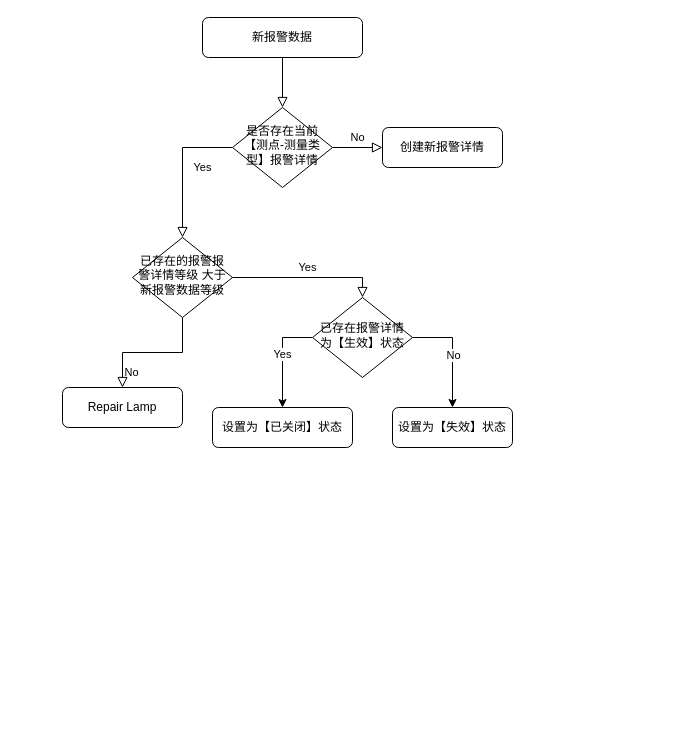
This is 态势系统报警流程.drawio from bird1225/draw, a draw.io file, before an edit. Source tidied: cells renumbered, new cells numbered last; positions are measured from the earlier drawing's top-left corner, leaving out a move shared by most shapes. Both pictures are drawn from the tidied source at 100%, with x=0, y=0 at pixel (62, 17).
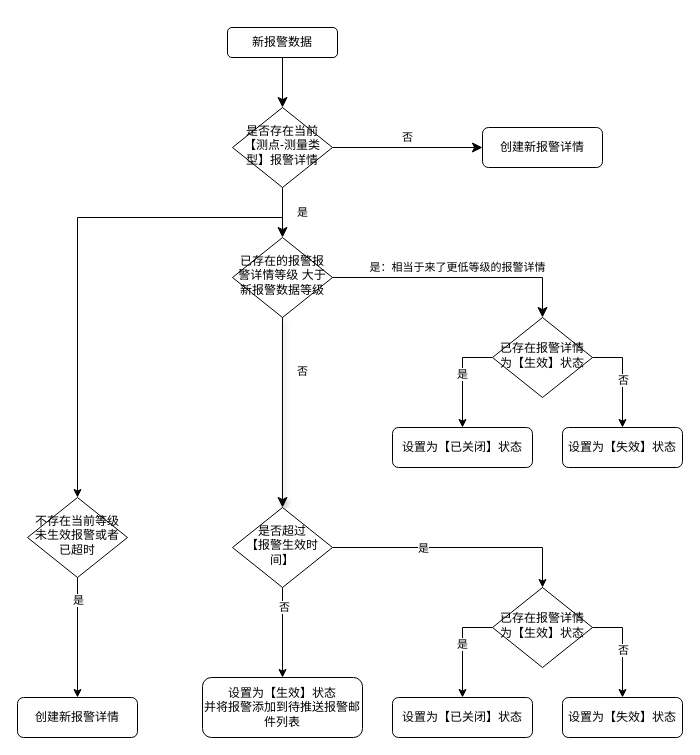
Above is the later version.

Commit message (it also covers changes not shown here):
更新态势系统报警流程.drawio

The change refers to these unchanged cells:
```xml
<mxCell id="6" value="是否存在当前【测点-测量类型】报警详情" style="rhombus;whiteSpace=wrap;html=1;shadow=0;fontFamily=Helvetica;fontSize=12;align=center;strokeWidth=1;spacing=6;spacingTop=-4;" parent="1" vertex="1">
  <mxGeometry x="170" y="90" width="100" height="80" as="geometry" />
</mxCell>
<mxCell id="13" style="edgeStyle=orthogonalEdgeStyle;rounded=0;jettySize=auto;html=1;entryX=0.5;entryY=0;entryDx=0;entryDy=0;exitX=0;exitY=0.5;exitDx=0;exitDy=0;" parent="1" edge="1" source="17" target="12">
  <mxGeometry relative="1" as="geometry" />
</mxCell>
<mxCell id="15" style="edgeStyle=orthogonalEdgeStyle;rounded=0;jettySize=auto;html=1;entryX=0.5;entryY=0;entryDx=0;entryDy=0;exitX=1;exitY=0.5;exitDx=0;exitDy=0;" parent="1" edge="1" source="17" target="18">
  <mxGeometry relative="1" as="geometry" />
</mxCell>
```

Diff of the diagram source:
```diff
@@
-    <mxCell id="2" style="rounded=0;html=1;jettySize=auto;fontSize=11;endArrow=block;endFill=0;endSize=8;strokeWidth=1;shadow=0;labelBackgroundColor=none;edgeStyle=orthogonalEdgeStyle;" parent="1" edge="1" source="3" target="6">
+    <mxCell id="2" style="rounded=0;html=1;jettySize=auto;fontSize=11;endArrow=classic;endFill=1;endSize=8;strokeWidth=1;shadow=0;labelBackgroundColor=none;edgeStyle=orthogonalEdgeStyle;" parent="1" edge="1" source="3" target="6">
       <mxGeometry relative="1" as="geometry" />
     </mxCell>
     <mxCell id="3" value="新报警数据" style="rounded=1;whiteSpace=wrap;html=1;fontSize=12;glass=0;strokeWidth=1;shadow=0;" parent="1" vertex="1">
-      <mxGeometry x="140" width="160" height="40" as="geometry" />
+      <mxGeometry x="165" y="10" width="110" height="30" as="geometry" />
     </mxCell>
-    <mxCell id="4" value="Yes" style="rounded=0;html=1;jettySize=auto;fontSize=11;endArrow=block;endFill=0;endSize=8;strokeWidth=1;shadow=0;labelBackgroundColor=none;edgeStyle=orthogonalEdgeStyle;exitX=0;exitY=0.5;exitDx=0;exitDy=0;" parent="1" edge="1" source="6" target="10">
+    <mxCell id="4" value="是" style="rounded=0;html=1;jettySize=auto;fontSize=11;endArrow=classic;endFill=1;endSize=8;strokeWidth=1;shadow=0;labelBackgroundColor=none;edgeStyle=orthogonalEdgeStyle;exitX=0.5;exitY=1;exitDx=0;exitDy=0;" parent="1" edge="1" source="6" target="10">
       <mxGeometry y="20" relative="1" as="geometry" />
     </mxCell>
-    <mxCell id="5" value="No" style="edgeStyle=orthogonalEdgeStyle;rounded=0;html=1;jettySize=auto;fontSize=11;endArrow=block;endFill=0;endSize=8;strokeWidth=1;shadow=0;labelBackgroundColor=none;" parent="1" edge="1" source="6" target="7">
+    <mxCell id="5" value="否" style="edgeStyle=orthogonalEdgeStyle;rounded=0;html=1;jettySize=auto;fontSize=11;endArrow=classic;endFill=1;endSize=8;strokeWidth=1;shadow=0;labelBackgroundColor=none;" parent="1" edge="1" source="6" target="7">
       <mxGeometry y="10" relative="1" as="geometry" />
     </mxCell>
+    <mxCell id="19" style="edgeStyle=orthogonalEdgeStyle;rounded=0;jettySize=auto;html=1;entryX=0.5;entryY=0;entryDx=0;entryDy=0;endArrow=classic;endFill=1;" parent="1" edge="1" source="6" target="35">
+      <mxGeometry relative="1" as="geometry">
+        <Array as="points">
+          <mxPoint x="220" y="200" />
+          <mxPoint x="15" y="200" />
+        </Array>
+      </mxGeometry>
+    </mxCell>
@@
     <mxCell id="7" value="创建新报警详情" style="rounded=1;whiteSpace=wrap;html=1;fontSize=12;glass=0;strokeWidth=1;shadow=0;" parent="1" vertex="1">
-      <mxGeometry x="320" y="110" width="120" height="40" as="geometry" />
+      <mxGeometry x="420" y="110" width="120" height="40" as="geometry" />
     </mxCell>
-    <mxCell id="8" value="No" style="rounded=0;html=1;jettySize=auto;fontSize=11;endArrow=block;endFill=0;endSize=8;strokeWidth=1;shadow=0;labelBackgroundColor=none;edgeStyle=orthogonalEdgeStyle;" parent="1" edge="1" source="10" target="11">
-      <mxGeometry x="0.33" y="20" relative="1" as="geometry" />
+    <mxCell id="8" value="否" style="rounded=0;html=1;jettySize=auto;fontSize=11;endArrow=classic;endFill=1;endSize=8;strokeWidth=1;shadow=1;labelBackgroundColor=none;edgeStyle=orthogonalEdgeStyle;entryX=0.5;entryY=0;entryDx=0;entryDy=0;" parent="1" edge="1" source="10" target="24">
+      <mxGeometry x="-0.43" y="20" relative="1" as="geometry" />
     </mxCell>
-    <mxCell id="9" value="Yes" style="edgeStyle=orthogonalEdgeStyle;rounded=0;html=1;jettySize=auto;fontSize=11;endArrow=block;endFill=0;endSize=8;strokeWidth=1;shadow=0;labelBackgroundColor=none;entryX=0.5;entryY=0;entryDx=0;entryDy=0;" parent="1" edge="1" source="10" target="17">
+    <mxCell id="9" value="是：相当于来了更低等级的报警详情" style="edgeStyle=orthogonalEdgeStyle;rounded=0;html=1;jettySize=auto;fontSize=11;endArrow=classic;endFill=1;endSize=8;strokeWidth=1;shadow=0;labelBackgroundColor=none;entryX=0.5;entryY=0;entryDx=0;entryDy=0;" parent="1" edge="1" source="10" target="17">
       <mxGeometry y="10" relative="1" as="geometry" />
     </mxCell>
     <mxCell id="10" value="已存在的报警报警详情等级 大于 新报警数据等级" style="rhombus;whiteSpace=wrap;html=1;shadow=0;fontFamily=Helvetica;fontSize=12;align=center;strokeWidth=1;spacing=6;spacingTop=-4;" parent="1" vertex="1">
-      <mxGeometry x="70" y="220" width="100" height="80" as="geometry" />
+      <mxGeometry x="170" y="220" width="100" height="80" as="geometry" />
     </mxCell>
-    <mxCell id="11" value="Repair Lamp" style="rounded=1;whiteSpace=wrap;html=1;fontSize=12;glass=0;strokeWidth=1;shadow=0;" parent="1" vertex="1">
-      <mxGeometry y="370" width="120" height="40" as="geometry" />
-    </mxCell>
     <mxCell id="12" value="设置为【已关闭】状态" style="rounded=1;whiteSpace=wrap;html=1;fontSize=12;glass=0;strokeWidth=1;shadow=0;" parent="1" vertex="1">
-      <mxGeometry x="150" y="390" width="140" height="40" as="geometry" />
+      <mxGeometry x="330" y="410" width="140" height="40" as="geometry" />
     </mxCell>
@@
-    <mxCell id="14" value="Yes" style="edgeLabel;html=1;align=center;verticalAlign=middle;" parent="13" vertex="1">
+    <mxCell id="14" value="是" style="edgeLabel;html=1;align=center;verticalAlign=middle;" parent="13" vertex="1">
       <mxGeometry x="-0.08" y="-1" relative="1" as="geometry" />
     </mxCell>
@@
-    <mxCell id="16" value="No" style="edgeLabel;html=1;align=center;verticalAlign=middle;" parent="15" vertex="1">
+    <mxCell id="16" value="否" style="edgeLabel;html=1;align=center;verticalAlign=middle;" parent="15" vertex="1">
       <mxGeometry x="0.04" relative="1" as="geometry" />
     </mxCell>
     <mxCell id="17" value="已存在报警详情为【生效】状态" style="rhombus;whiteSpace=wrap;html=1;shadow=0;fontFamily=Helvetica;fontSize=12;align=center;strokeWidth=1;spacing=6;spacingTop=-4;" parent="1" vertex="1">
-      <mxGeometry x="250" y="280" width="100" height="80" as="geometry" />
+      <mxGeometry x="430" y="300" width="100" height="80" as="geometry" />
     </mxCell>
     <mxCell id="18" value="设置为【失效】状态" style="rounded=1;whiteSpace=wrap;html=1;fontSize=12;glass=0;strokeWidth=1;shadow=0;" parent="1" vertex="1">
-      <mxGeometry x="330" y="390" width="120" height="40" as="geometry" />
+      <mxGeometry x="500" y="410" width="120" height="40" as="geometry" />
     </mxCell>
+    <mxCell id="20" style="edgeStyle=orthogonalEdgeStyle;rounded=0;jettySize=auto;html=1;entryX=0.5;entryY=0;entryDx=0;entryDy=0;" parent="1" edge="1" source="24" target="31">
+      <mxGeometry relative="1" as="geometry" />
+    </mxCell>
+    <mxCell id="21" value="是" style="edgeLabel;html=1;align=center;verticalAlign=middle;" parent="20" vertex="1">
+      <mxGeometry x="-0.28" relative="1" as="geometry" />
+    </mxCell>
+    <mxCell id="22" style="edgeStyle=orthogonalEdgeStyle;rounded=0;jettySize=auto;html=1;entryX=0.5;entryY=0;entryDx=0;entryDy=0;" parent="1" edge="1" source="24" target="25">
+      <mxGeometry relative="1" as="geometry" />
+    </mxCell>
+    <mxCell id="23" value="否" style="edgeLabel;html=1;align=center;verticalAlign=middle;" parent="22" vertex="1">
+      <mxGeometry x="-0.58" y="1" relative="1" as="geometry" />
+    </mxCell>
+    <mxCell id="24" value="是否超过&lt;div&gt;【报警生效时间】&lt;/div&gt;" style="rhombus;whiteSpace=wrap;html=1;shadow=0;fontFamily=Helvetica;fontSize=12;align=center;strokeWidth=1;spacing=6;spacingTop=-4;" parent="1" vertex="1">
+      <mxGeometry x="170" y="490" width="100" height="80" as="geometry" />
+    </mxCell>
+    <mxCell id="25" value="设置为【生效】状态&lt;br&gt;并将报警添加到待推送报警邮件列表" style="rounded=1;whiteSpace=wrap;html=1;fontSize=12;glass=0;strokeWidth=1;shadow=0;" parent="1" vertex="1">
+      <mxGeometry x="140" y="660" width="160" height="60" as="geometry" />
+    </mxCell>
+    <mxCell id="26" value="设置为【已关闭】状态" style="rounded=1;whiteSpace=wrap;html=1;fontSize=12;glass=0;strokeWidth=1;shadow=0;" parent="1" vertex="1">
+      <mxGeometry x="330" y="680" width="140" height="40" as="geometry" />
+    </mxCell>
+    <mxCell id="27" style="edgeStyle=orthogonalEdgeStyle;rounded=0;jettySize=auto;html=1;entryX=0.5;entryY=0;entryDx=0;entryDy=0;exitX=0;exitY=0.5;exitDx=0;exitDy=0;" parent="1" edge="1" source="31" target="26">
+      <mxGeometry relative="1" as="geometry" />
+    </mxCell>
+    <mxCell id="28" value="是" style="edgeLabel;html=1;align=center;verticalAlign=middle;" parent="27" vertex="1">
+      <mxGeometry x="-0.08" y="-1" relative="1" as="geometry" />
+    </mxCell>
+    <mxCell id="29" style="edgeStyle=orthogonalEdgeStyle;rounded=0;jettySize=auto;html=1;entryX=0.5;entryY=0;entryDx=0;entryDy=0;exitX=1;exitY=0.5;exitDx=0;exitDy=0;" parent="1" edge="1" source="31" target="32">
+      <mxGeometry relative="1" as="geometry" />
+    </mxCell>
+    <mxCell id="30" value="否" style="edgeLabel;html=1;align=center;verticalAlign=middle;" parent="29" vertex="1">
+      <mxGeometry x="0.04" relative="1" as="geometry" />
+    </mxCell>
+    <mxCell id="31" value="已存在报警详情为【生效】状态" style="rhombus;whiteSpace=wrap;html=1;shadow=0;fontFamily=Helvetica;fontSize=12;align=center;strokeWidth=1;spacing=6;spacingTop=-4;" parent="1" vertex="1">
+      <mxGeometry x="430" y="570" width="100" height="80" as="geometry" />
+    </mxCell>
+    <mxCell id="32" value="设置为【失效】状态" style="rounded=1;whiteSpace=wrap;html=1;fontSize=12;glass=0;strokeWidth=1;shadow=0;" parent="1" vertex="1">
+      <mxGeometry x="500" y="680" width="120" height="40" as="geometry" />
+    </mxCell>
+    <mxCell id="33" style="edgeStyle=orthogonalEdgeStyle;rounded=0;jettySize=auto;html=1;entryX=0.5;entryY=0;entryDx=0;entryDy=0;" parent="1" edge="1" source="35" target="36">
+      <mxGeometry relative="1" as="geometry" />
+    </mxCell>
+    <mxCell id="34" value="是" style="edgeLabel;html=1;align=center;verticalAlign=middle;" parent="33" vertex="1">
+      <mxGeometry x="-0.63" relative="1" as="geometry" />
+    </mxCell>
+    <mxCell id="35" value="不存在当前等级未生效报警或者已超时" style="rhombus;whiteSpace=wrap;html=1;shadow=0;fontFamily=Helvetica;fontSize=12;align=center;strokeWidth=1;spacing=6;spacingTop=-4;" parent="1" vertex="1">
+      <mxGeometry x="-35" y="480" width="100" height="80" as="geometry" />
+    </mxCell>
+    <mxCell id="36" value="创建新报警详情" style="rounded=1;whiteSpace=wrap;html=1;fontSize=12;glass=0;strokeWidth=1;shadow=0;" parent="1" vertex="1">
+      <mxGeometry x="-45" y="680" width="120" height="40" as="geometry" />
+    </mxCell>
```
